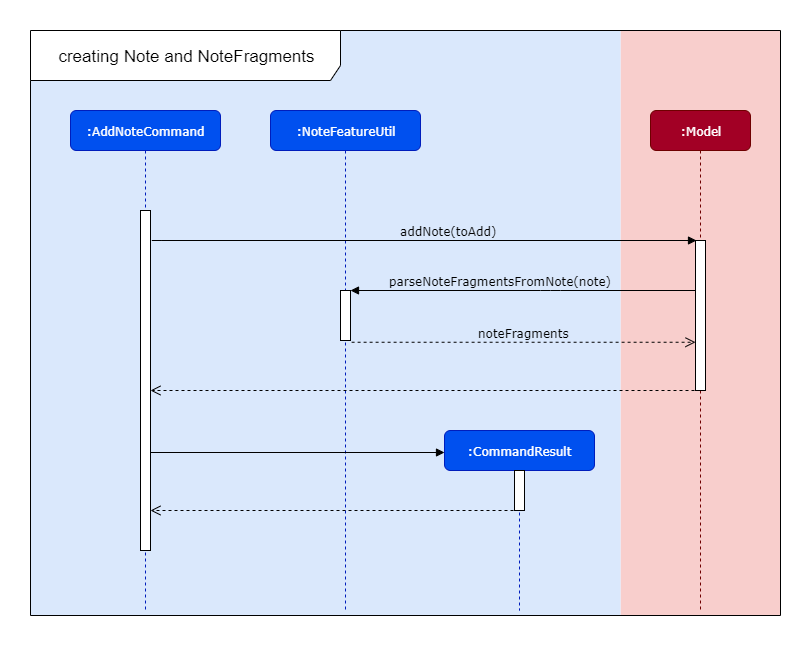
Above: docs/images/samDiagrams/AddNoteSequenceDiagramZoomedIn.png in nus-cs2103-AY1920S1/addressbook-level3 (draw.io), before the change. Source tidied: cells renumbered, new cells last; positions are measured from the earlier drawing's top-left corner, leaving out a move shared by most shapes.
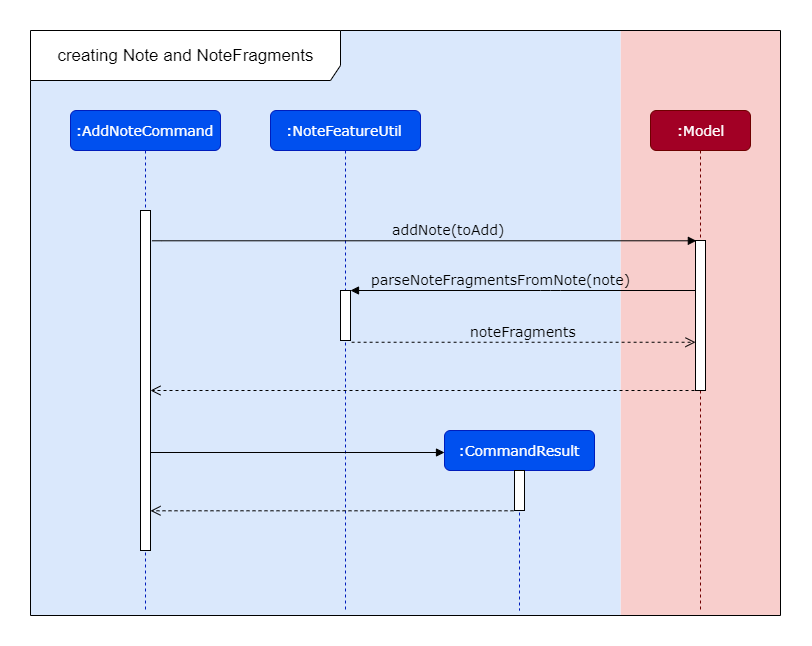
After the change.

Commit message:
Modify Note diagram.

The edit, as a diff of the source:
```diff
@@ -11,19 +11,19 @@
     <mxCell id="4" value="&lt;font style=&quot;font-size: 17px&quot;&gt;creating Note and NoteFragments&lt;/font&gt;" style="shape=umlFrame;whiteSpace=wrap;html=1;width=310;height=50;" parent="1" vertex="1">
       <mxGeometry width="750" height="585" as="geometry" />
     </mxCell>
-    <mxCell id="5" value=":NoteFeatureUtil" style="shape=umlLifeline;perimeter=lifelinePerimeter;whiteSpace=wrap;html=1;rounded=1;shadow=0;comic=0;labelBackgroundColor=none;strokeWidth=1;fontFamily=Verdana;fontSize=12;align=center;fillColor=#0050ef;strokeColor=#001DBC;fontColor=#ffffff;" parent="1" vertex="1">
+    <mxCell id="5" value="&lt;font style=&quot;font-size: 14px&quot;&gt;:NoteFeatureUtil&lt;/font&gt;" style="shape=umlLifeline;perimeter=lifelinePerimeter;whiteSpace=wrap;html=1;rounded=1;shadow=0;comic=0;labelBackgroundColor=none;strokeWidth=1;fontFamily=Verdana;fontSize=12;align=center;fillColor=#0050ef;strokeColor=#001DBC;fontColor=#ffffff;" parent="1" vertex="1">
       <mxGeometry x="240" y="80" width="150" height="500" as="geometry" />
     </mxCell>
     <mxCell id="6" style="html=1;points=[];perimeter=orthogonalPerimeter;rounded=0;shadow=0;comic=0;labelBackgroundColor=none;strokeWidth=1;fontFamily=Verdana;fontSize=12;align=center;" parent="5" vertex="1">
       <mxGeometry x="70" y="180" width="10" height="50" as="geometry" />
     </mxCell>
-    <mxCell id="7" value=":CommandResult" style="shape=umlLifeline;perimeter=lifelinePerimeter;whiteSpace=wrap;html=1;rounded=1;shadow=0;comic=0;labelBackgroundColor=none;strokeWidth=1;fontFamily=Verdana;fontSize=12;align=center;fillColor=#0050ef;strokeColor=#001DBC;fontColor=#ffffff;" parent="1" vertex="1">
+    <mxCell id="7" value="&lt;font style=&quot;font-size: 14px&quot;&gt;:CommandResult&lt;/font&gt;" style="shape=umlLifeline;perimeter=lifelinePerimeter;whiteSpace=wrap;html=1;rounded=1;shadow=0;comic=0;labelBackgroundColor=none;strokeWidth=1;fontFamily=Verdana;fontSize=12;align=center;fillColor=#0050ef;strokeColor=#001DBC;fontColor=#ffffff;" parent="1" vertex="1">
       <mxGeometry x="414" y="400" width="150" height="180" as="geometry" />
     </mxCell>
     <mxCell id="8" style="html=1;points=[];perimeter=orthogonalPerimeter;" parent="7" vertex="1">
       <mxGeometry x="70" y="40" width="10" height="40" as="geometry" />
     </mxCell>
-    <mxCell id="9" value=":AddNoteCommand" style="shape=umlLifeline;perimeter=lifelinePerimeter;whiteSpace=wrap;html=1;rounded=1;shadow=0;comic=0;labelBackgroundColor=none;strokeWidth=1;fontFamily=Verdana;fontSize=12;align=center;fillColor=#0050ef;strokeColor=#001DBC;fontColor=#ffffff;" parent="1" vertex="1">
+    <mxCell id="9" value="&lt;font style=&quot;font-size: 14px&quot;&gt;:AddNoteCommand&lt;/font&gt;" style="shape=umlLifeline;perimeter=lifelinePerimeter;whiteSpace=wrap;html=1;rounded=1;shadow=0;comic=0;labelBackgroundColor=none;strokeWidth=1;fontFamily=Verdana;fontSize=12;align=center;fillColor=#0050ef;strokeColor=#001DBC;fontColor=#ffffff;" parent="1" vertex="1">
       <mxGeometry x="40" y="80" width="150" height="500" as="geometry" />
     </mxCell>
     <mxCell id="10" style="html=1;points=[];perimeter=orthogonalPerimeter;rounded=0;shadow=0;comic=0;labelBackgroundColor=none;strokeWidth=1;fontFamily=Verdana;fontSize=12;align=center;" parent="9" vertex="1">
@@ -38,12 +38,12 @@
     <mxCell id="12" style="html=1;verticalAlign=bottom;endArrow=open;dashed=1;endSize=8;labelBackgroundColor=none;fontFamily=Verdana;fontSize=12;edgeStyle=elbowEdgeStyle;elbow=vertical;exitX=-0.111;exitY=1.006;exitDx=0;exitDy=0;exitPerimeter=0;" parent="1" edge="1" source="8" target="10">
       <mxGeometry relative="1" as="geometry" />
     </mxCell>
-    <mxCell id="13" value="addNote(toAdd)" style="html=1;verticalAlign=bottom;endArrow=block;labelBackgroundColor=none;fontFamily=Verdana;fontSize=12;edgeStyle=elbowEdgeStyle;elbow=vertical;exitX=1.067;exitY=0.073;exitDx=0;exitDy=0;exitPerimeter=0;entryX=0.145;entryY=0.002;entryDx=0;entryDy=0;entryPerimeter=0;" parent="1" edge="1" target="16">
+    <mxCell id="13" value="&lt;font style=&quot;font-size: 14px&quot;&gt;addNote(toAdd)&lt;/font&gt;" style="html=1;verticalAlign=bottom;endArrow=block;labelBackgroundColor=none;fontFamily=Verdana;fontSize=12;edgeStyle=elbowEdgeStyle;elbow=vertical;exitX=1.067;exitY=0.073;exitDx=0;exitDy=0;exitPerimeter=0;entryX=0.145;entryY=0.002;entryDx=0;entryDy=0;entryPerimeter=0;" parent="1" edge="1" target="16">
       <mxGeometry x="0.09" relative="1" as="geometry">
         <mxPoint x="121.4" y="210.3" as="sourcePoint" />
       </mxGeometry>
     </mxCell>
-    <mxCell id="14" value="parseNoteFragmentsFromNote(note)" style="html=1;verticalAlign=bottom;endArrow=block;labelBackgroundColor=none;fontFamily=Verdana;fontSize=12;edgeStyle=elbowEdgeStyle;elbow=vertical;" parent="1" edge="1" source="16" target="6">
+    <mxCell id="14" value="&lt;font style=&quot;font-size: 14px&quot;&gt;parseNoteFragmentsFromNote(note)&lt;/font&gt;" style="html=1;verticalAlign=bottom;endArrow=block;labelBackgroundColor=none;fontFamily=Verdana;fontSize=12;edgeStyle=elbowEdgeStyle;elbow=vertical;" parent="1" edge="1" source="16" target="6">
       <mxGeometry x="0.13" relative="1" as="geometry">
         <Array as="points">
           <mxPoint x="520" y="260" />
@@ -51,13 +51,13 @@
         </Array>
       </mxGeometry>
     </mxCell>
-    <mxCell id="15" value=":Model" style="shape=umlLifeline;perimeter=lifelinePerimeter;whiteSpace=wrap;html=1;rounded=1;shadow=0;comic=0;labelBackgroundColor=none;strokeWidth=1;fontFamily=Verdana;fontSize=12;align=center;fillColor=#a20025;strokeColor=#6F0000;fontColor=#ffffff;" parent="1" vertex="1">
+    <mxCell id="15" value="&lt;font style=&quot;font-size: 14px&quot;&gt;:Model&lt;/font&gt;" style="shape=umlLifeline;perimeter=lifelinePerimeter;whiteSpace=wrap;html=1;rounded=1;shadow=0;comic=0;labelBackgroundColor=none;strokeWidth=1;fontFamily=Verdana;fontSize=12;align=center;fillColor=#a20025;strokeColor=#6F0000;fontColor=#ffffff;" parent="1" vertex="1">
       <mxGeometry x="620" y="80" width="100" height="500" as="geometry" />
     </mxCell>
     <mxCell id="16" style="html=1;points=[];perimeter=orthogonalPerimeter;rounded=0;shadow=0;comic=0;labelBackgroundColor=none;strokeWidth=1;fontFamily=Verdana;fontSize=12;align=center;" parent="15" vertex="1">
       <mxGeometry x="45" y="130" width="10" height="150" as="geometry" />
     </mxCell>
-    <mxCell id="17" value="&lt;font face=&quot;Verdana&quot; style=&quot;font-size: 12px&quot;&gt;noteFragments&lt;/font&gt;" style="html=1;verticalAlign=bottom;endArrow=open;dashed=1;endSize=8;exitX=1.11;exitY=1.035;exitDx=0;exitDy=0;exitPerimeter=0;labelBackgroundColor=none;" parent="1" edge="1" source="6" target="16">
+    <mxCell id="17" value="&lt;font face=&quot;Verdana&quot; style=&quot;font-size: 14px&quot;&gt;noteFragments&lt;/font&gt;" style="html=1;verticalAlign=bottom;endArrow=open;dashed=1;endSize=8;exitX=1.11;exitY=1.035;exitDx=0;exitDy=0;exitPerimeter=0;labelBackgroundColor=none;" parent="1" edge="1" source="6" target="16">
       <mxGeometry relative="1" as="geometry" />
     </mxCell>
     <mxCell id="18" style="html=1;verticalAlign=bottom;endArrow=open;dashed=1;endSize=8;exitX=0.5;exitY=1;exitDx=0;exitDy=0;exitPerimeter=0;" parent="1" edge="1" source="16" target="10">
```
